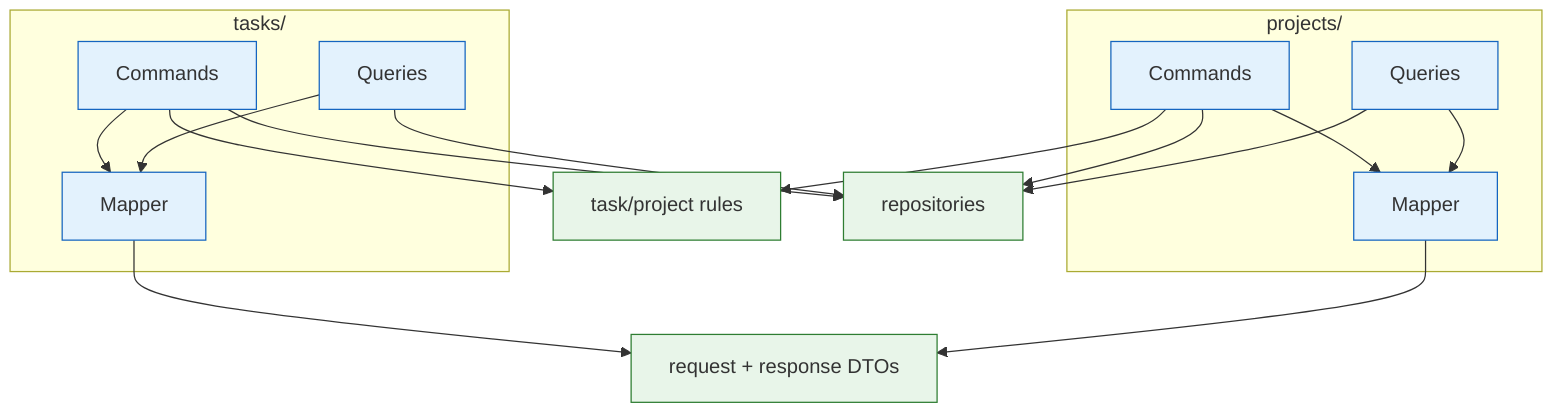
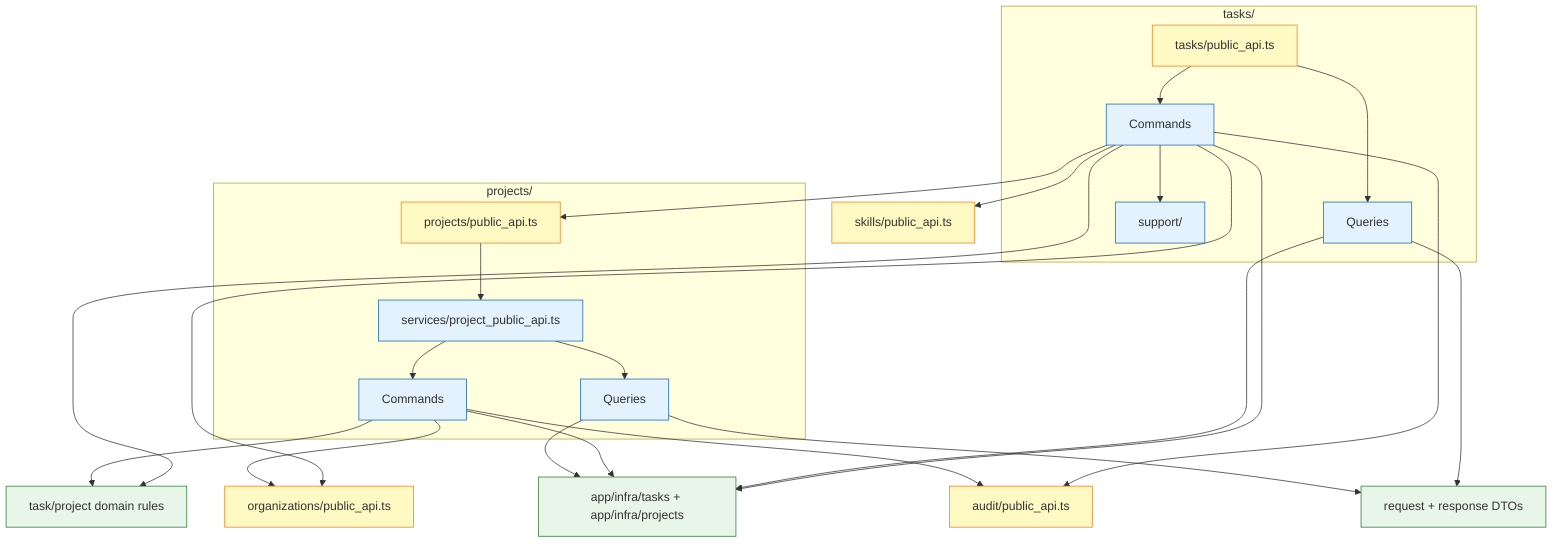
%% pkg_02a_application_task_project: Tasks & Projects Action Packages
- %% Scope: CQRS package split for task/project work.
+ %% Updated 2026-04-29.

graph TD
    subgraph tasks["tasks/"]
+         T_API["tasks/public_api.ts"]
        T_CMD["Commands"]
        T_QRY["Queries"]
-         T_MAP["Mapper"]
+         T_SUPPORT["support/"]
    end

    subgraph projects["projects/"]
+         P_API["projects/public_api.ts"]
        P_CMD["Commands"]
        P_QRY["Queries"]
-         P_MAP["Mapper"]
+         P_SERVICE["services/project_public_api.ts"]
    end

-     RULES["task/project rules"]
+     ORG_API["organizations/public_api.ts"]
+     SKILL_API["skills/public_api.ts"]
+     AUDIT_API["audit/public_api.ts"]
+     INFRA["app/infra/tasks + app/infra/projects"]
+     DOMAIN["task/project domain rules"]
    DTOS["request + response DTOs"]
-     REPOS["repositories"]

-     T_CMD --> RULES
-     T_CMD --> REPOS
-     T_CMD --> T_MAP
-     T_QRY --> REPOS
-     T_QRY --> T_MAP
+     T_API --> T_CMD
+     T_API --> T_QRY
+     T_CMD --> T_SUPPORT
+     T_CMD --> DOMAIN
+     T_CMD --> INFRA
+     T_QRY --> INFRA
+     T_CMD --> ORG_API
+     T_CMD --> P_API
+     T_CMD --> SKILL_API
+     T_CMD --> AUDIT_API

-     P_CMD --> RULES
-     P_CMD --> REPOS
-     P_CMD --> P_MAP
-     P_QRY --> REPOS
-     P_QRY --> P_MAP
+     P_API --> P_SERVICE
+     P_SERVICE --> P_CMD
+     P_SERVICE --> P_QRY
+     P_CMD --> DOMAIN
+     P_CMD --> INFRA
+     P_QRY --> INFRA
+     P_CMD --> ORG_API
+     P_CMD --> AUDIT_API

-     T_MAP --> DTOS
-     P_MAP --> DTOS
+     T_QRY --> DTOS
+     P_QRY --> DTOS

    classDef pkg fill:#E3F2FD,stroke:#1565C0,color:#333
+     classDef api fill:#FFF9C4,stroke:#F57F17,color:#333
    classDef aux fill:#E8F5E9,stroke:#2E7D32,color:#333
-     class T_CMD,T_QRY,T_MAP,P_CMD,P_QRY,P_MAP pkg
-     class RULES,DTOS,REPOS aux
+     class T_CMD,T_QRY,T_SUPPORT,P_CMD,P_QRY,P_SERVICE pkg
+     class T_API,P_API,ORG_API,SKILL_API,AUDIT_API api
+     class INFRA,DOMAIN,DTOS aux
